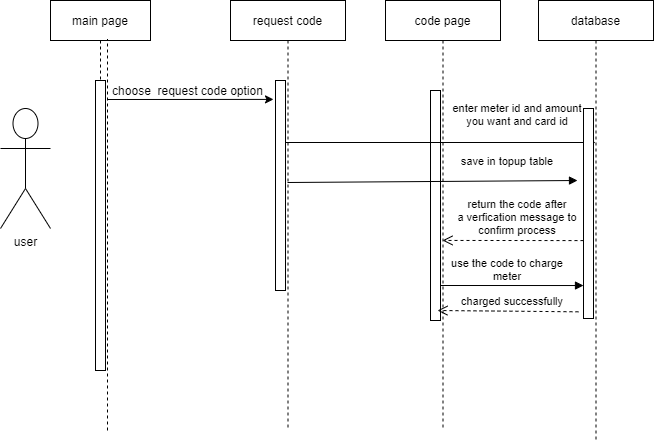
shamaabuhassan/Charts keeps this draw.io diagram as seqtrans.png. Above is the earlier version. Source tidied: cells renumbered, new cells last; positions are measured from the earlier drawing's top-left corner, leaving out a move shared by most shapes.
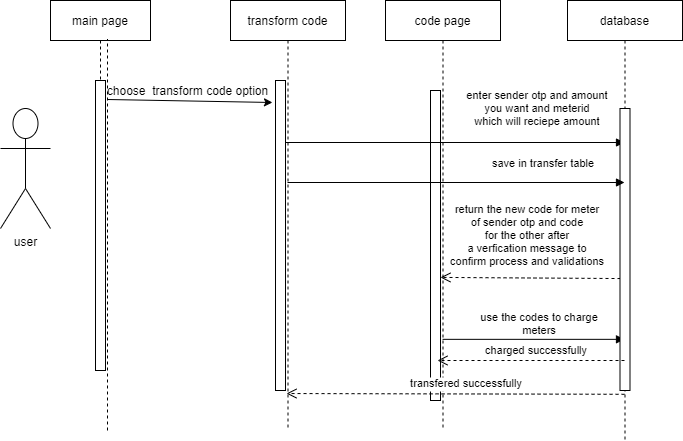
After the change.

Change to the diagram source:
```diff
@@ -8,11 +8,11 @@
     <mxCell id="3" style="perimeter=orthogonalPerimeter;rounded=0;shadow=0;strokeWidth=1;" parent="2" vertex="1">
       <mxGeometry x="45" y="80" width="10" height="290" as="geometry" />
     </mxCell>
-    <mxCell id="4" value="request code" style="shape=umlLifeline;perimeter=lifelinePerimeter;rounded=0;shadow=0;strokeWidth=1;" parent="1" vertex="1">
+    <mxCell id="4" value="transform code" style="shape=umlLifeline;perimeter=lifelinePerimeter;rounded=0;shadow=0;strokeWidth=1;" parent="1" vertex="1">
       <mxGeometry x="230" width="115" height="430" as="geometry" />
     </mxCell>
     <mxCell id="5" style="points=[];perimeter=orthogonalPerimeter;rounded=0;shadow=0;strokeWidth=1;" parent="4" vertex="1">
-      <mxGeometry x="45" y="80" width="10" height="210" as="geometry" />
+      <mxGeometry x="45" y="80" width="10" height="310" as="geometry" />
     </mxCell>
     <mxCell id="6" value="user" style="shape=umlActor;verticalLabelPosition=bottom;labelBackgroundColor=#ffffff;verticalAlign=top;html=1;" parent="1" vertex="1">
       <mxGeometry y="108" width="50" height="120" as="geometry" />
@@ -21,26 +21,24 @@
       <mxGeometry x="385" width="115" height="430" as="geometry" />
     </mxCell>
     <mxCell id="8" style="perimeter=orthogonalPerimeter;rounded=0;shadow=0;strokeWidth=1;" parent="7" vertex="1">
-      <mxGeometry x="45" y="90" width="10" height="230" as="geometry" />
+      <mxGeometry x="45" y="90" width="10" height="310" as="geometry" />
     </mxCell>
-    <mxCell id="9" value="enter meter id and amount&#10;you want and card id" style="verticalAlign=bottom;endArrow=block;shadow=0;strokeWidth=1;" parent="1" edge="1" target="12">
-      <mxGeometry x="0.5" y="12" relative="1" as="geometry">
+    <mxCell id="9" value="enter sender otp and amount&#10;you want and meterid&#10;which will reciepe amount" style="verticalAlign=bottom;endArrow=block;shadow=0;strokeWidth=1;" parent="1" edge="1" target="12">
+      <mxGeometry x="0.49" y="12" relative="1" as="geometry">
         <mxPoint x="285" y="142" as="sourcePoint" />
       </mxGeometry>
     </mxCell>
-    <mxCell id="10" value="return the code after &#10;a verfication message to &#10;confirm process" style="verticalAlign=bottom;endArrow=open;dashed=1;endSize=8;shadow=0;strokeWidth=1;entryX=0.496;entryY=0.558;entryDx=0;entryDy=0;entryPerimeter=0;exitX=0;exitY=0.629;exitDx=0;exitDy=0;exitPerimeter=0;" parent="1" edge="1" source="13" target="7">
-      <mxGeometry x="-0.06" y="-1" relative="1" as="geometry" />
+    <mxCell id="10" value="return the new code for meter&#10;of sender otp and code &#10;for the other after&#10;a verfication message to &#10;confirm process and validations" style="verticalAlign=bottom;endArrow=open;dashed=1;endSize=8;shadow=0;strokeWidth=1;entryX=0.478;entryY=0.644;entryDx=0;entryDy=0;entryPerimeter=0;exitX=0.05;exitY=0.603;exitDx=0;exitDy=0;exitPerimeter=0;" parent="1" edge="1" source="13" target="7">
+      <mxGeometry x="0.03" y="-7" relative="1" as="geometry" />
     </mxCell>
-    <mxCell id="11" value="use the code to charge&#10;meter" style="verticalAlign=bottom;endArrow=block;shadow=0;strokeWidth=1;entryX=0;entryY=0.843;entryDx=0;entryDy=0;entryPerimeter=0;" parent="1" edge="1" target="13">
-      <mxGeometry x="-0.06" relative="1" as="geometry">
-        <mxPoint x="440" y="285" as="sourcePoint" />
-      </mxGeometry>
+    <mxCell id="11" value="use the codes to charge&#10;meters" style="verticalAlign=bottom;endArrow=block;shadow=0;strokeWidth=1;exitX=0.496;exitY=0.788;exitDx=0;exitDy=0;exitPerimeter=0;" parent="1" edge="1" source="7" target="12">
+      <mxGeometry x="0.06" relative="1" as="geometry" />
     </mxCell>
     <mxCell id="12" value="database" style="shape=umlLifeline;perimeter=lifelinePerimeter;rounded=0;shadow=0;strokeWidth=1;" parent="1" vertex="1">
-      <mxGeometry x="538" width="115" height="440" as="geometry" />
+      <mxGeometry x="567" width="115" height="440" as="geometry" />
     </mxCell>
     <mxCell id="13" style="points=[];perimeter=orthogonalPerimeter;rounded=0;shadow=0;strokeWidth=1;" parent="12" vertex="1">
-      <mxGeometry x="45" y="108" width="10" height="210" as="geometry" />
+      <mxGeometry x="52.5" y="108" width="10" height="282" as="geometry" />
     </mxCell>
     <mxCell id="14" style="endArrow=none;dashed=1;html=1;" parent="1" edge="1">
       <mxGeometry relative="1" as="geometry">
@@ -48,25 +46,26 @@
         <mxPoint x="107" y="39" as="targetPoint" />
       </mxGeometry>
     </mxCell>
-    <mxCell id="15" style="endArrow=classic;html=1;entryX=-0.2;entryY=0.09;entryDx=0;entryDy=0;entryPerimeter=0;" parent="1" edge="1" target="5">
+    <mxCell id="15" style="endArrow=classic;html=1;entryX=0.972;entryY=1.1;entryDx=0;entryDy=0;entryPerimeter=0;" parent="1" edge="1" target="16">
       <mxGeometry relative="1" as="geometry">
         <mxPoint x="107" y="99" as="sourcePoint" />
       </mxGeometry>
     </mxCell>
-    <mxCell id="16" value="choose&amp;nbsp; request code option" style="text;html=1;align=center;verticalAlign=middle;points=[];" parent="1" vertex="1">
-      <mxGeometry x="102" y="80" width="170" height="20" as="geometry" />
+    <mxCell id="16" value="choose&amp;nbsp; transform code option" style="text;html=1;align=center;verticalAlign=middle;points=[];" parent="1" vertex="1">
+      <mxGeometry x="97" y="80" width="180" height="20" as="geometry" />
     </mxCell>
-    <mxCell id="17" value="save in topup table" style="verticalAlign=bottom;endArrow=block;shadow=0;strokeWidth=1;" parent="1" edge="1">
+    <mxCell id="17" value="save in transfer table" style="verticalAlign=bottom;endArrow=block;shadow=0;strokeWidth=1;" parent="1" edge="1" target="12">
       <mxGeometry x="0.52" y="10" relative="1" as="geometry">
         <mxPoint x="287" y="182" as="sourcePoint" />
-        <mxPoint x="577" y="180" as="targetPoint" />
       </mxGeometry>
     </mxCell>
-    <mxCell id="18" value="charged successfully" style="verticalAlign=bottom;endArrow=open;dashed=1;endSize=8;shadow=0;strokeWidth=1;entryX=0.496;entryY=0.448;entryDx=0;entryDy=0;entryPerimeter=0;exitX=0;exitY=0.629;exitDx=0;exitDy=0;exitPerimeter=0;" parent="1" edge="1">
+    <mxCell id="18" value="charged successfully" style="verticalAlign=bottom;endArrow=open;dashed=1;endSize=8;shadow=0;strokeWidth=1;entryX=0.496;entryY=0.448;entryDx=0;entryDy=0;entryPerimeter=0;" parent="1" edge="1" source="12">
       <mxGeometry x="-0.06" y="-1" relative="1" as="geometry">
-        <mxPoint x="578" y="311.3" as="sourcePoint" />
-        <mxPoint x="437" y="310" as="targetPoint" />
+        <mxPoint x="437" y="360" as="targetPoint" />
       </mxGeometry>
     </mxCell>
+    <mxCell id="19" value="transfered successfully" style="verticalAlign=bottom;endArrow=open;dashed=1;endSize=8;shadow=0;strokeWidth=1;exitX=0.496;exitY=0.895;exitDx=0;exitDy=0;exitPerimeter=0;entryX=0.487;entryY=0.914;entryDx=0;entryDy=0;entryPerimeter=0;" parent="1" edge="1" source="12" target="4">
+      <mxGeometry x="-0.06" y="-1" relative="1" as="geometry" />
+    </mxCell>
   </root>
 </mxGraphModel>
```
